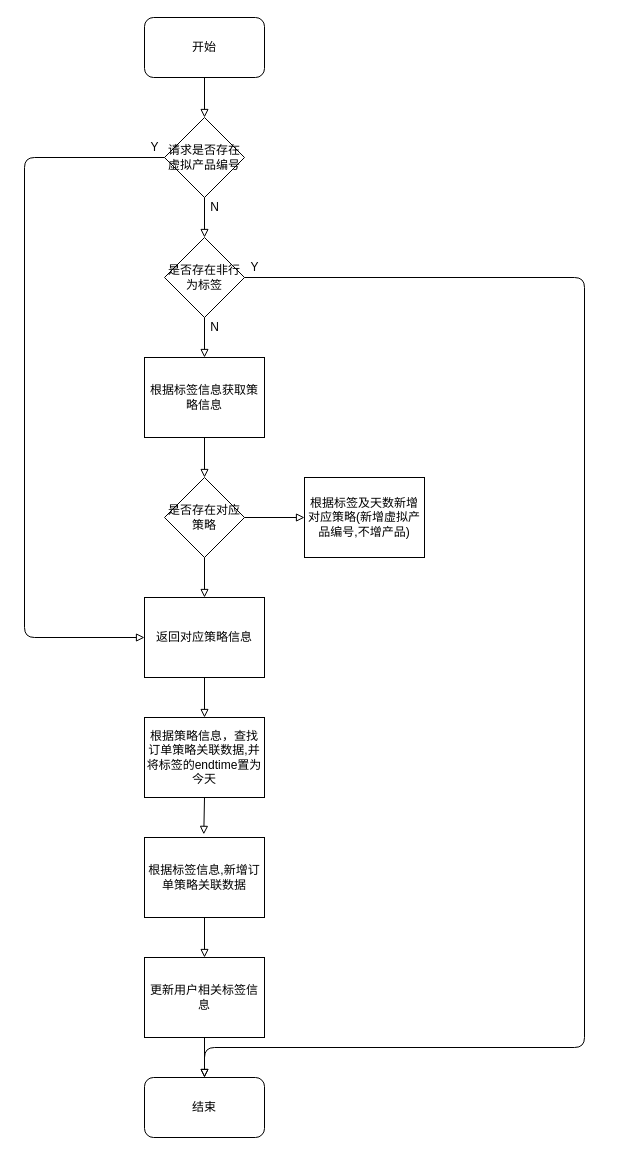
The draw.io diagram 主动打标签接口.drawio in yigoC/test, before the edit. Source tidied: cells renumbered, new cells numbered last; positions are measured from the earlier drawing's top-left corner, leaving out a move shared by most shapes. Both pictures are drawn from the tidied source at 100%, with x=0, y=0 at pixel (24, 17).
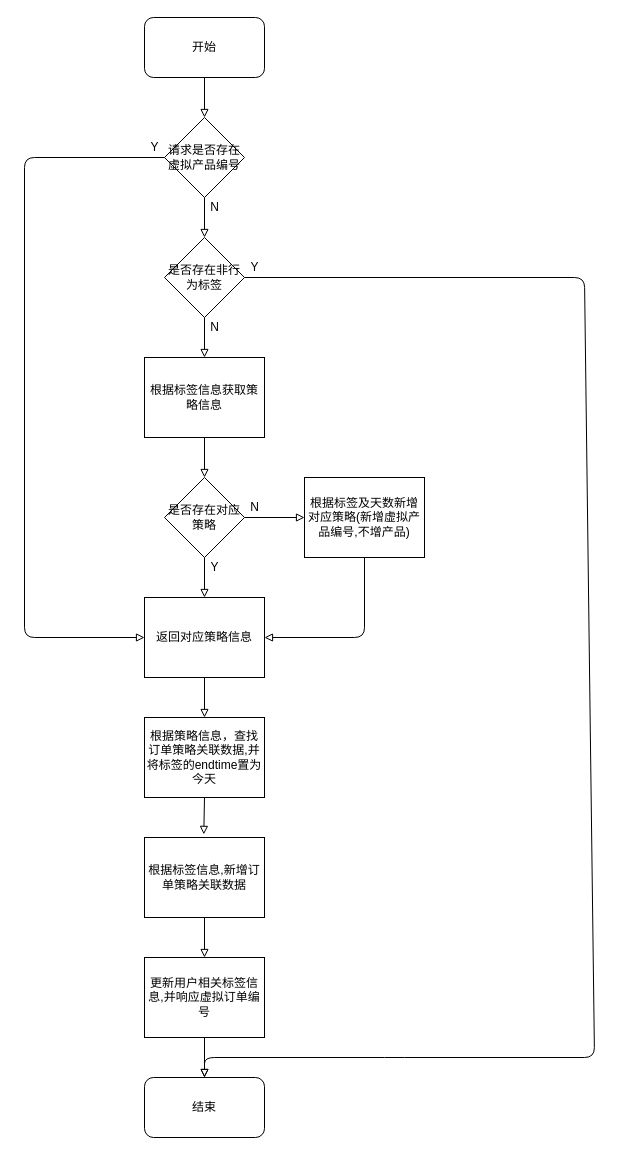
The same page after the edit.

Commit message:
Update 主动打标签接口.drawio

Unchanged cells that the change refers to:
```xml
<mxCell id="5" value="返回对应策略信息" style="rounded=0;whiteSpace=wrap;html=1;" parent="1" vertex="1">
  <mxGeometry x="120" y="580" width="120" height="80" as="geometry" />
</mxCell>
<mxCell id="6" value="根据标签及天数新增对应策略(新增虚拟产品编号,不增产品)" style="rounded=0;whiteSpace=wrap;html=1;" parent="1" vertex="1">
  <mxGeometry x="280" y="460" width="120" height="80" as="geometry" />
</mxCell>
<mxCell id="10" value="是否存在非行为标签" style="rhombus;whiteSpace=wrap;html=1;" parent="1" vertex="1">
  <mxGeometry x="140" y="220" width="80" height="80" as="geometry" />
</mxCell>
```

The edit, as a diff of the source:
```diff
@@
-    <mxCell id="9" value="更新用户相关标签信息" style="rounded=0;whiteSpace=wrap;html=1;" parent="1" vertex="1">
+    <mxCell id="9" value="更新用户相关标签信息,并响应虚拟订单编号" style="rounded=0;whiteSpace=wrap;html=1;" parent="1" vertex="1">
       <mxGeometry x="120" y="940" width="120" height="80" as="geometry" />
     </mxCell>
@@
     <mxCell id="27" style="endArrow=block;html=1;endFill=0;exitX=1;exitY=0.5;exitDx=0;exitDy=0;" parent="1" edge="1" source="10">
       <mxGeometry relative="1" as="geometry">
         <mxPoint x="180" y="1060" as="targetPoint" />
         <Array as="points">
           <mxPoint x="560" y="260" />
-          <mxPoint x="560" y="1030" />
-          <mxPoint x="180" y="1030" />
+          <mxPoint x="570" y="1040" />
+          <mxPoint x="370" y="1040" />
+          <mxPoint x="180" y="1040" />
         </Array>
       </mxGeometry>
     </mxCell>
@@
+    <mxCell id="29" value="N" style="text;html=1;align=center;verticalAlign=middle;" parent="1" vertex="1">
+      <mxGeometry x="220" y="480" width="20" height="20" as="geometry" />
+    </mxCell>
+    <mxCell id="30" value="Y" style="text;html=1;align=center;verticalAlign=middle;" parent="1" vertex="1">
+      <mxGeometry x="180" y="540" width="20" height="20" as="geometry" />
+    </mxCell>
+    <mxCell id="31" style="endArrow=block;html=1;endFill=0;entryX=1;entryY=0.5;entryDx=0;entryDy=0;exitX=0.5;exitY=1;exitDx=0;exitDy=0;" parent="1" edge="1" source="6" target="5">
+      <mxGeometry relative="1" as="geometry">
+        <Array as="points">
+          <mxPoint x="340" y="620" />
+        </Array>
+      </mxGeometry>
+    </mxCell>
```
